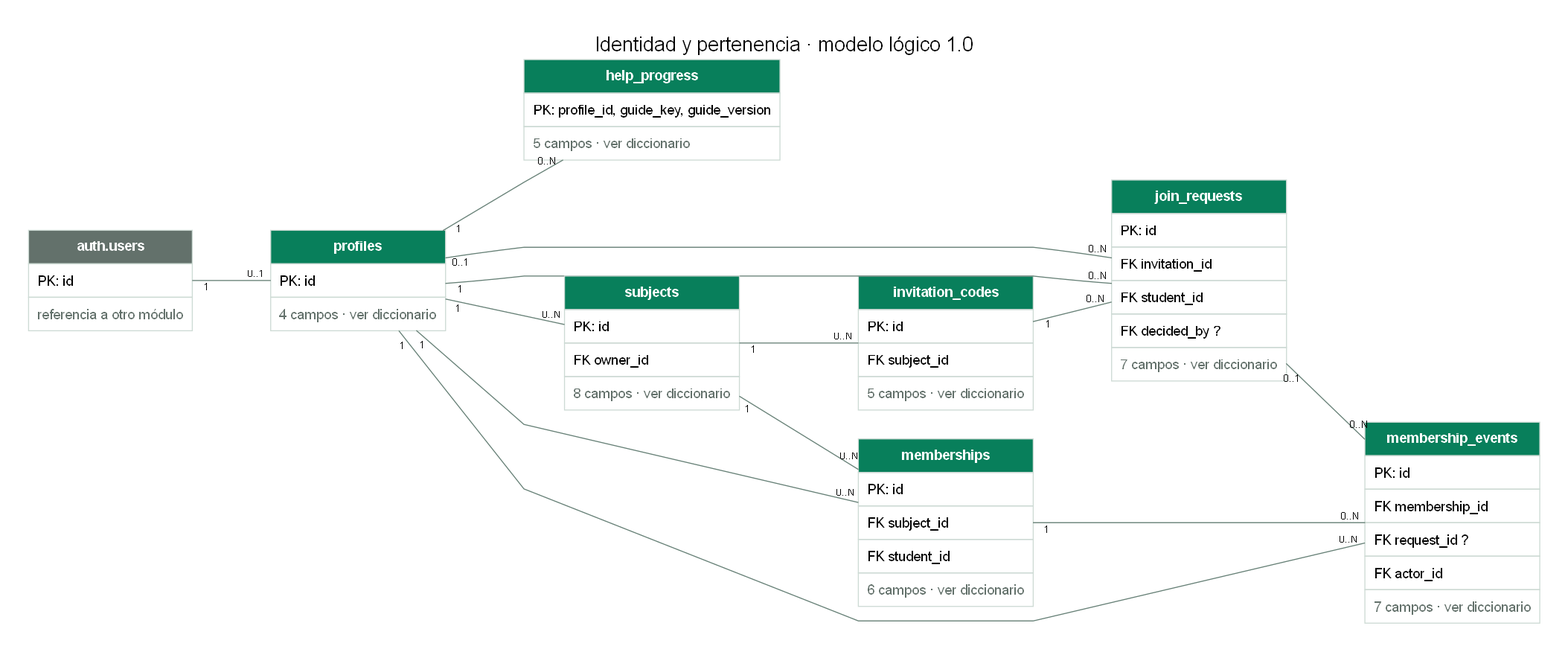
This is docs/modelado/diagramas/01-identidad.png from CubeFreaKLab/aulify, a Graphviz export, as it was before one commit. Its source is kept beside it as docs/modelado/diagramas/01-identidad.dot. The source it was exported from:
```dot
digraph modelo {
graph [rankdir=LR, bgcolor="#ffffff", pad=0.4, nodesep=0.4, ranksep=1.1, splines=polyline, fontname="Arial", fontsize=20, labelloc=t, label="Identidad y pertenencia · modelo lógico 1.0"];
node [shape=plain, fontname="Arial"];
edge [fontname="Arial", fontsize=10, color="#668076", arrowsize=0.6];
"auth.users" [label=<<TABLE BORDER="0" CELLBORDER="1" CELLSPACING="0" CELLPADDING="8" COLOR="#CDDAD4"><TR><TD BGCOLOR="#63716B"><FONT COLOR="white"><B>auth.users</B></FONT></TD></TR><TR><TD ALIGN="LEFT">PK: id</TD></TR><TR><TD><FONT COLOR="#63716B">referencia a otro módulo</FONT></TD></TR></TABLE>>];
"help_progress" [label=<<TABLE BORDER="0" CELLBORDER="1" CELLSPACING="0" CELLPADDING="8" COLOR="#CDDAD4"><TR><TD BGCOLOR="#087F5B"><FONT COLOR="white"><B>help_progress</B></FONT></TD></TR><TR><TD ALIGN="LEFT">PK: profile_id, guide_key, guide_version</TD></TR><TR><TD ALIGN="LEFT"><FONT COLOR="#63716B">5 campos · ver diccionario</FONT></TD></TR></TABLE>>];
"invitation_codes" [label=<<TABLE BORDER="0" CELLBORDER="1" CELLSPACING="0" CELLPADDING="8" COLOR="#CDDAD4"><TR><TD BGCOLOR="#087F5B"><FONT COLOR="white"><B>invitation_codes</B></FONT></TD></TR><TR><TD ALIGN="LEFT">PK: id</TD></TR><TR><TD ALIGN="LEFT">FK subject_id</TD></TR><TR><TD ALIGN="LEFT"><FONT COLOR="#63716B">5 campos · ver diccionario</FONT></TD></TR></TABLE>>];
"join_requests" [label=<<TABLE BORDER="0" CELLBORDER="1" CELLSPACING="0" CELLPADDING="8" COLOR="#CDDAD4"><TR><TD BGCOLOR="#087F5B"><FONT COLOR="white"><B>join_requests</B></FONT></TD></TR><TR><TD ALIGN="LEFT">PK: id</TD></TR><TR><TD ALIGN="LEFT">FK invitation_id</TD></TR><TR><TD ALIGN="LEFT">FK student_id</TD></TR><TR><TD ALIGN="LEFT">FK decided_by ?</TD></TR><TR><TD ALIGN="LEFT"><FONT COLOR="#63716B">7 campos · ver diccionario</FONT></TD></TR></TABLE>>];
"membership_events" [label=<<TABLE BORDER="0" CELLBORDER="1" CELLSPACING="0" CELLPADDING="8" COLOR="#CDDAD4"><TR><TD BGCOLOR="#087F5B"><FONT COLOR="white"><B>membership_events</B></FONT></TD></TR><TR><TD ALIGN="LEFT">PK: id</TD></TR><TR><TD ALIGN="LEFT">FK membership_id</TD></TR><TR><TD ALIGN="LEFT">FK request_id ?</TD></TR><TR><TD ALIGN="LEFT">FK actor_id</TD></TR><TR><TD ALIGN="LEFT"><FONT COLOR="#63716B">7 campos · ver diccionario</FONT></TD></TR></TABLE>>];
"memberships" [label=<<TABLE BORDER="0" CELLBORDER="1" CELLSPACING="0" CELLPADDING="8" COLOR="#CDDAD4"><TR><TD BGCOLOR="#087F5B"><FONT COLOR="white"><B>memberships</B></FONT></TD></TR><TR><TD ALIGN="LEFT">PK: id</TD></TR><TR><TD ALIGN="LEFT">FK subject_id</TD></TR><TR><TD ALIGN="LEFT">FK student_id</TD></TR><TR><TD ALIGN="LEFT"><FONT COLOR="#63716B">6 campos · ver diccionario</FONT></TD></TR></TABLE>>];
"profiles" [label=<<TABLE BORDER="0" CELLBORDER="1" CELLSPACING="0" CELLPADDING="8" COLOR="#CDDAD4"><TR><TD BGCOLOR="#087F5B"><FONT COLOR="white"><B>profiles</B></FONT></TD></TR><TR><TD ALIGN="LEFT">PK: id</TD></TR><TR><TD ALIGN="LEFT"><FONT COLOR="#63716B">4 campos · ver diccionario</FONT></TD></TR></TABLE>>];
"subjects" [label=<<TABLE BORDER="0" CELLBORDER="1" CELLSPACING="0" CELLPADDING="8" COLOR="#CDDAD4"><TR><TD BGCOLOR="#087F5B"><FONT COLOR="white"><B>subjects</B></FONT></TD></TR><TR><TD ALIGN="LEFT">PK: id</TD></TR><TR><TD ALIGN="LEFT">FK owner_id</TD></TR><TR><TD ALIGN="LEFT"><FONT COLOR="#63716B">8 campos · ver diccionario</FONT></TD></TR></TABLE>>];
"auth.users" -> "profiles" [dir=none, taillabel="1", headlabel="0..1", labeldistance=1.6];
"profiles" -> "subjects" [dir=none, taillabel="1", headlabel="0..N", labeldistance=1.6];
"subjects" -> "invitation_codes" [dir=none, taillabel="1", headlabel="0..N", labeldistance=1.6];
"invitation_codes" -> "join_requests" [dir=none, taillabel="1", headlabel="0..N", labeldistance=1.6];
"profiles" -> "join_requests" [dir=none, taillabel="1", headlabel="0..N", labeldistance=1.6];
"profiles" -> "join_requests" [dir=none, taillabel="0..1", headlabel="0..N", labeldistance=1.6];
"subjects" -> "memberships" [dir=none, taillabel="1", headlabel="0..N", labeldistance=1.6];
"profiles" -> "memberships" [dir=none, taillabel="1", headlabel="0..N", labeldistance=1.6];
"memberships" -> "membership_events" [dir=none, taillabel="1", headlabel="0..N", labeldistance=1.6];
"join_requests" -> "membership_events" [dir=none, taillabel="0..1", headlabel="0..N", labeldistance=1.6];
"profiles" -> "membership_events" [dir=none, taillabel="1", headlabel="0..N", labeldistance=1.6];
"profiles" -> "help_progress" [dir=none, taillabel="1", headlabel="0..N", labeldistance=1.6];
}
```
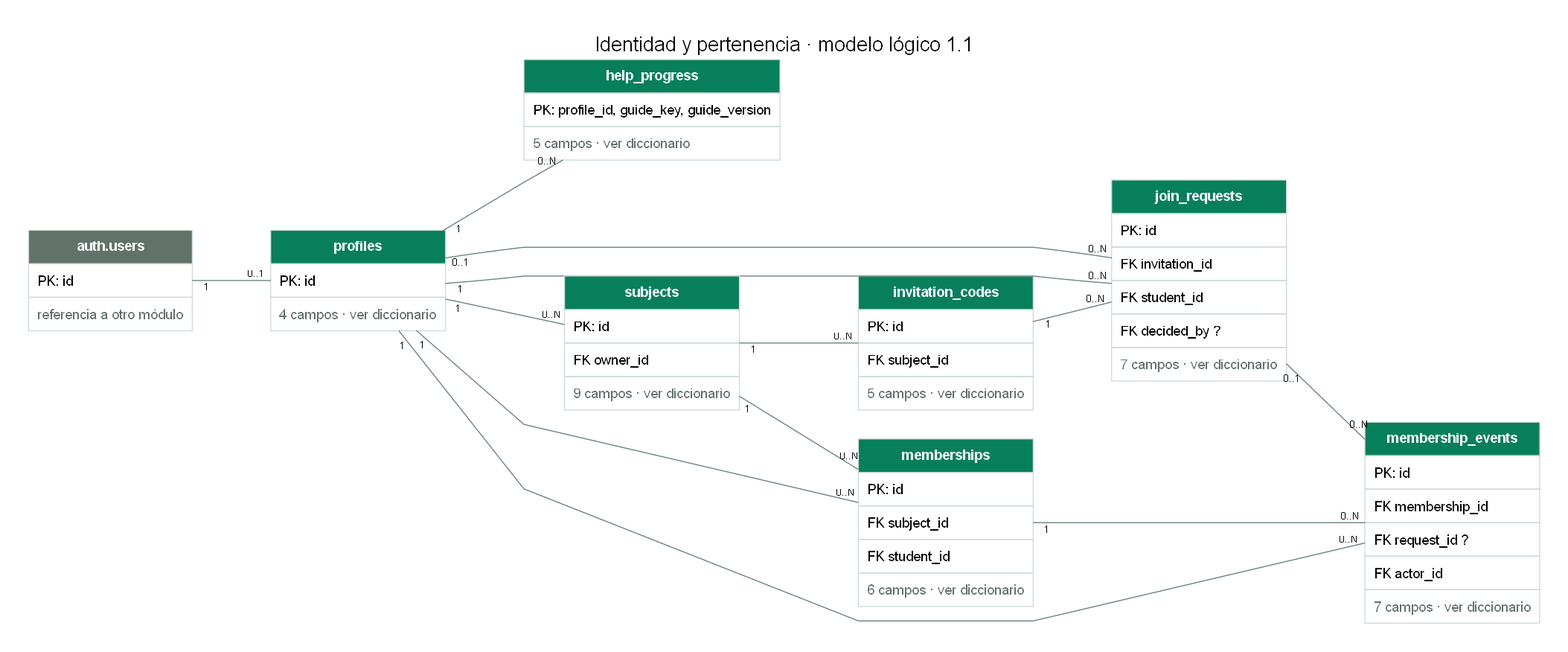
Later version of the same file.

What changed in the source:
```diff
@@ -1,5 +1,5 @@
 digraph modelo {
-graph [rankdir=LR, bgcolor="#ffffff", pad=0.4, nodesep=0.4, ranksep=1.1, splines=polyline, fontname="Arial", fontsize=20, labelloc=t, label="Identidad y pertenencia · modelo lógico 1.0"];
+graph [rankdir=LR, bgcolor="#ffffff", pad=0.4, nodesep=0.4, ranksep=1.1, splines=polyline, fontname="Arial", fontsize=20, labelloc=t, label="Identidad y pertenencia · modelo lógico 1.1"];
 node [shape=plain, fontname="Arial"];
 edge [fontname="Arial", fontsize=10, color="#668076", arrowsize=0.6];
 "auth.users" [label=<<TABLE BORDER="0" CELLBORDER="1" CELLSPACING="0" CELLPADDING="8" COLOR="#CDDAD4"><TR><TD BGCOLOR="#63716B"><FONT COLOR="white"><B>auth.users</B></FONT></TD></TR><TR><TD ALIGN="LEFT">PK: id</TD></TR><TR><TD><FONT COLOR="#63716B">referencia a otro módulo</FONT></TD></TR></TABLE>>];
@@ -9,7 +9,7 @@
 "membership_events" [label=<<TABLE BORDER="0" CELLBORDER="1" CELLSPACING="0" CELLPADDING="8" COLOR="#CDDAD4"><TR><TD BGCOLOR="#087F5B"><FONT COLOR="white"><B>membership_events</B></FONT></TD></TR><TR><TD ALIGN="LEFT">PK: id</TD></TR><TR><TD ALIGN="LEFT">FK membership_id</TD></TR><TR><TD ALIGN="LEFT">FK request_id ?</TD></TR><TR><TD ALIGN="LEFT">FK actor_id</TD></TR><TR><TD ALIGN="LEFT"><FONT COLOR="#63716B">7 campos · ver diccionario</FONT></TD></TR></TABLE>>];
 "memberships" [label=<<TABLE BORDER="0" CELLBORDER="1" CELLSPACING="0" CELLPADDING="8" COLOR="#CDDAD4"><TR><TD BGCOLOR="#087F5B"><FONT COLOR="white"><B>memberships</B></FONT></TD></TR><TR><TD ALIGN="LEFT">PK: id</TD></TR><TR><TD ALIGN="LEFT">FK subject_id</TD></TR><TR><TD ALIGN="LEFT">FK student_id</TD></TR><TR><TD ALIGN="LEFT"><FONT COLOR="#63716B">6 campos · ver diccionario</FONT></TD></TR></TABLE>>];
 "profiles" [label=<<TABLE BORDER="0" CELLBORDER="1" CELLSPACING="0" CELLPADDING="8" COLOR="#CDDAD4"><TR><TD BGCOLOR="#087F5B"><FONT COLOR="white"><B>profiles</B></FONT></TD></TR><TR><TD ALIGN="LEFT">PK: id</TD></TR><TR><TD ALIGN="LEFT"><FONT COLOR="#63716B">4 campos · ver diccionario</FONT></TD></TR></TABLE>>];
-"subjects" [label=<<TABLE BORDER="0" CELLBORDER="1" CELLSPACING="0" CELLPADDING="8" COLOR="#CDDAD4"><TR><TD BGCOLOR="#087F5B"><FONT COLOR="white"><B>subjects</B></FONT></TD></TR><TR><TD ALIGN="LEFT">PK: id</TD></TR><TR><TD ALIGN="LEFT">FK owner_id</TD></TR><TR><TD ALIGN="LEFT"><FONT COLOR="#63716B">8 campos · ver diccionario</FONT></TD></TR></TABLE>>];
+"subjects" [label=<<TABLE BORDER="0" CELLBORDER="1" CELLSPACING="0" CELLPADDING="8" COLOR="#CDDAD4"><TR><TD BGCOLOR="#087F5B"><FONT COLOR="white"><B>subjects</B></FONT></TD></TR><TR><TD ALIGN="LEFT">PK: id</TD></TR><TR><TD ALIGN="LEFT">FK owner_id</TD></TR><TR><TD ALIGN="LEFT"><FONT COLOR="#63716B">9 campos · ver diccionario</FONT></TD></TR></TABLE>>];
 "auth.users" -> "profiles" [dir=none, taillabel="1", headlabel="0..1", labeldistance=1.6];
 "profiles" -> "subjects" [dir=none, taillabel="1", headlabel="0..N", labeldistance=1.6];
 "subjects" -> "invitation_codes" [dir=none, taillabel="1", headlabel="0..N", labeldistance=1.6];
```
